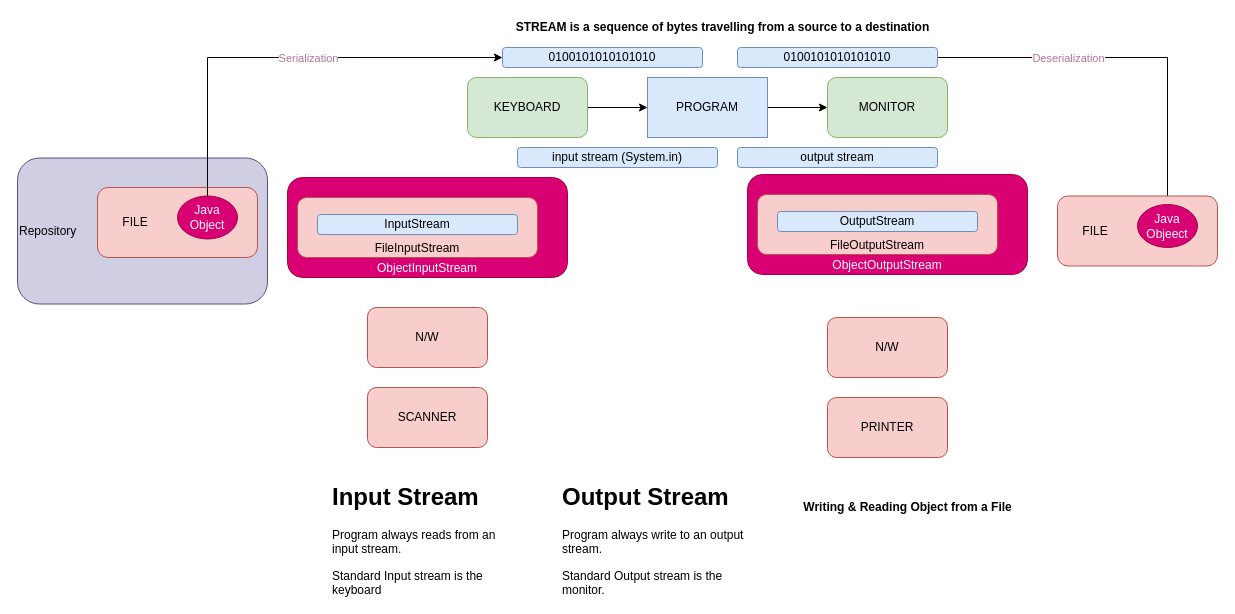
The draw.io diagram page "FILE HANDLING" (9 of 10) of java/diagrams/java-workflow.drawio in aukokyong/jfs-master, before the edit. Source tidied: cells renumbered, new cells numbered last; positions are measured from the earlier drawing's top-left corner, leaving out a move shared by most shapes. Both pictures are drawn from the tidied source at 100%, with x=0, y=0 at pixel (17, 17).
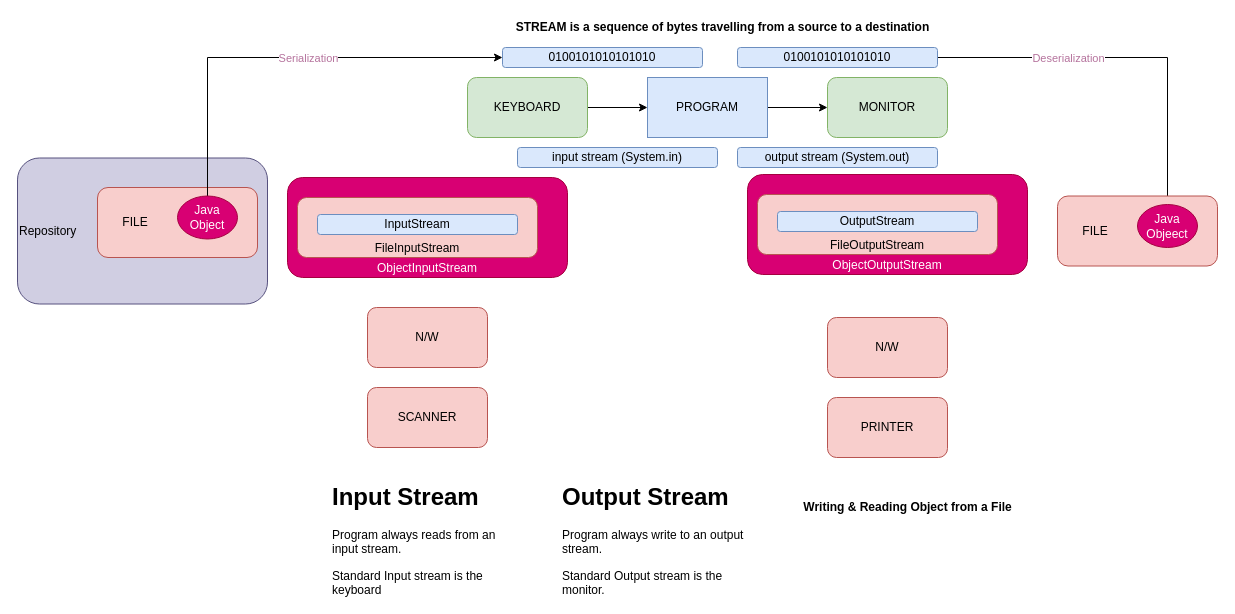
Above is the later version.

Diff of the diagram source:
```diff
@@
-    <mxCell id="21" value="output stream" style="rounded=1;whiteSpace=wrap;html=1;fillColor=#dae8fc;strokeColor=#6c8ebf;" parent="1" vertex="1">
+    <mxCell id="21" value="output stream (System.out)" style="rounded=1;whiteSpace=wrap;html=1;fillColor=#dae8fc;strokeColor=#6c8ebf;" parent="1" vertex="1">
       <mxGeometry x="720" y="130" width="200" height="20" as="geometry" />
     </mxCell>
```
